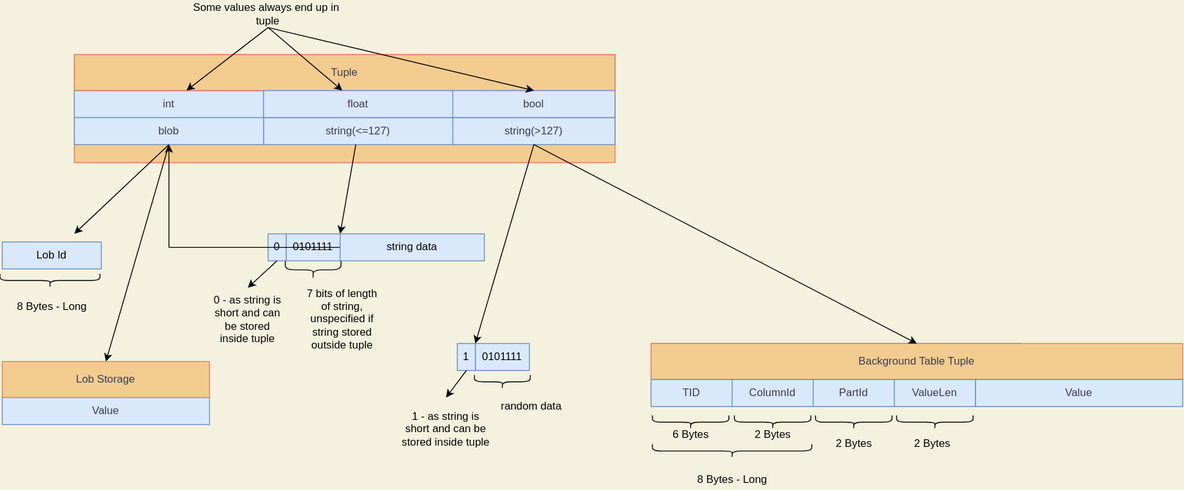
Earlier version of the draw.io export documentacion/storage_types.svg (Harry29-exe/HomegrownDB). Source tidied: cells renumbered, new cells last; positions are measured from the earlier drawing's top-left corner, leaving out a move shared by most shapes.
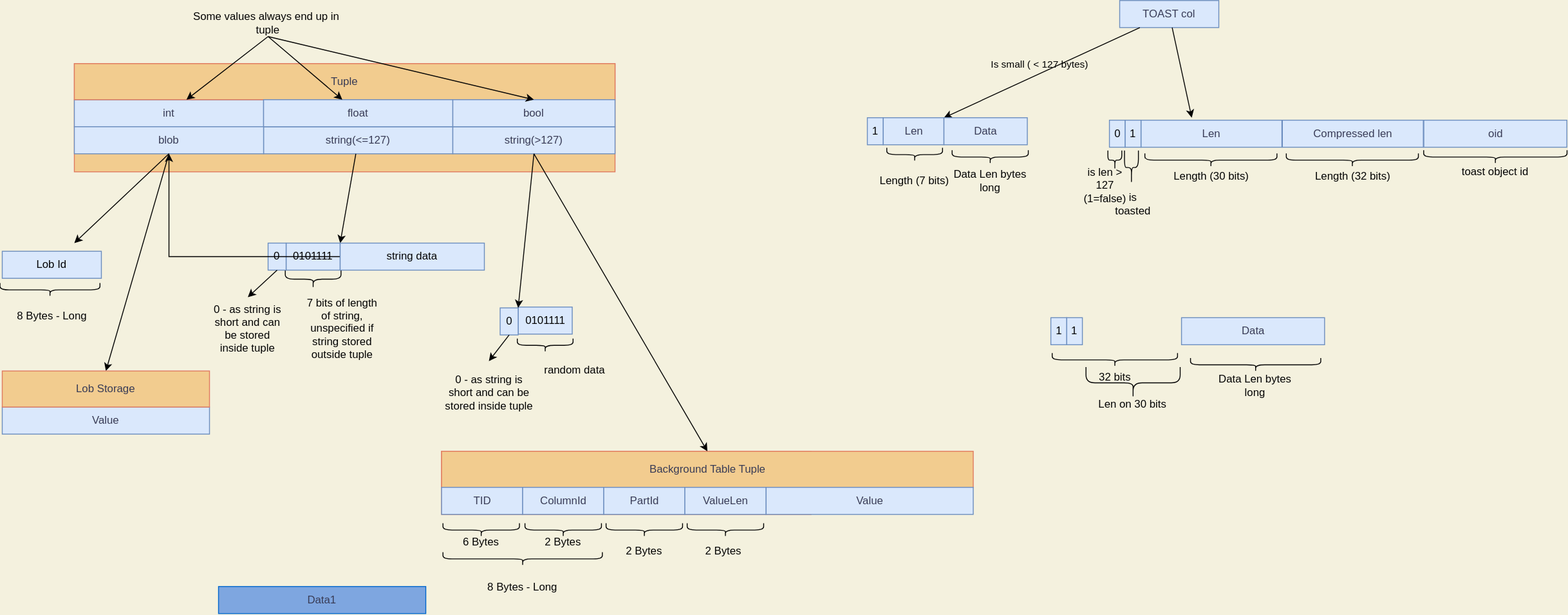
After the commit.

Commit message:
added inner order, new qrow.Row, developing toast

The edit, as a diff of the source:
```diff
@@ -51,22 +51,22 @@
       <mxGeometry x="375" y="259.1" width="160" height="30" as="geometry" />
     </mxCell>
     <mxCell id="18" value="0101111" style="rounded=0;whiteSpace=wrap;html=1;fontColor=#030303;strokeColor=#6C8EBF;fillColor=#DAE8FC;" parent="1" vertex="1">
-      <mxGeometry x="525" y="380.9" width="60" height="30" as="geometry" />
+      <mxGeometry x="572.5" y="330" width="60" height="30" as="geometry" />
     </mxCell>
     <mxCell id="19" style="shape=curlyBracket;whiteSpace=wrap;html=1;rounded=1;flipH=1;fontColor=#030303;strokeColor=#030303;fillColor=#DAE8FC;rotation=90;" parent="1" vertex="1">
-      <mxGeometry x="547.5" y="392.5" width="15" height="61.9" as="geometry" />
+      <mxGeometry x="595" y="341.6" width="15" height="61.9" as="geometry" />
     </mxCell>
-    <mxCell id="20" value="1" style="rounded=0;whiteSpace=wrap;html=1;fontColor=#030303;strokeColor=#6C8EBF;fillColor=#DAE8FC;" parent="1" vertex="1">
-      <mxGeometry x="505" y="380.9" width="20" height="30" as="geometry" />
+    <mxCell id="20" value="0" style="rounded=0;whiteSpace=wrap;html=1;fontColor=#030303;strokeColor=#6C8EBF;fillColor=#DAE8FC;" parent="1" vertex="1">
+      <mxGeometry x="552.5" y="330.9" width="20" height="30" as="geometry" />
     </mxCell>
     <mxCell id="21" style="endArrow=classic;html=1;rounded=0;fontColor=#030303;strokeColor=#030303;exitX=0.5;exitY=1;exitDx=0;exitDy=0;entryX=0.5;entryY=0;entryDx=0;entryDy=0;" parent="1" edge="1" source="20" target="22">
       <mxGeometry relative="1" as="geometry" />
     </mxCell>
-    <mxCell id="22" value="1 - as string is short and can be stored inside tuple" style="text;html=1;strokeColor=none;fillColor=none;align=center;verticalAlign=middle;whiteSpace=wrap;rounded=0;fontColor=#030303;" parent="1" vertex="1">
-      <mxGeometry x="440" y="440.9" width="105" height="70" as="geometry" />
+    <mxCell id="22" value="0 - as string is short and can be stored inside tuple" style="text;html=1;strokeColor=none;fillColor=none;align=center;verticalAlign=middle;whiteSpace=wrap;rounded=0;fontColor=#030303;" parent="1" vertex="1">
+      <mxGeometry x="487.5" y="390" width="105" height="70" as="geometry" />
     </mxCell>
     <mxCell id="23" value="random data" style="text;html=1;strokeColor=none;fillColor=none;align=center;verticalAlign=middle;whiteSpace=wrap;rounded=0;fontColor=#030303;" parent="1" vertex="1">
-      <mxGeometry x="545" y="440.9" width="85" height="20.9" as="geometry" />
+      <mxGeometry x="592.5" y="390" width="85" height="20.9" as="geometry" />
     </mxCell>
     <mxCell id="24" style="endArrow=classic;html=1;rounded=0;fontColor=#030303;strokeColor=#030303;entryX=1;entryY=0;entryDx=0;entryDy=0;exitX=0.5;exitY=1;exitDx=0;exitDy=0;" parent="1" edge="1" source="6" target="20">
       <mxGeometry relative="1" as="geometry" />
@@ -78,19 +78,19 @@
       <mxGeometry relative="1" as="geometry" />
     </mxCell>
     <mxCell id="27" style="rounded=0;whiteSpace=wrap;html=1;sketch=0;fontColor=#393C56;strokeColor=#E07A5F;fillColor=#F2CC8F;" parent="1" vertex="1">
-      <mxGeometry x="720" y="380.9" width="410" height="70" as="geometry" />
+      <mxGeometry x="487.5" y="490" width="410" height="70" as="geometry" />
     </mxCell>
     <mxCell id="28" value="Background Table Tuple" style="rounded=0;whiteSpace=wrap;html=1;sketch=0;fontColor=#393C56;strokeColor=#E07A5F;fillColor=#F2CC8F;" parent="1" vertex="1">
-      <mxGeometry x="720" y="380.9" width="590" height="40" as="geometry" />
+      <mxGeometry x="487.5" y="490" width="590" height="40" as="geometry" />
     </mxCell>
     <mxCell id="29" value="TID" style="rounded=0;whiteSpace=wrap;html=1;fontColor=#393C56;strokeColor=#6C8EBF;fillColor=#DAE8FC;sketch=0;" parent="1" vertex="1">
-      <mxGeometry x="720" y="420.9" width="90" height="30" as="geometry" />
+      <mxGeometry x="487.5" y="530" width="90" height="30" as="geometry" />
     </mxCell>
     <mxCell id="30" value="ColumnId" style="rounded=0;whiteSpace=wrap;html=1;fontColor=#393C56;strokeColor=#6C8EBF;fillColor=#DAE8FC;sketch=0;" parent="1" vertex="1">
-      <mxGeometry x="810" y="420.9" width="90" height="30" as="geometry" />
+      <mxGeometry x="577.5" y="530" width="90" height="30" as="geometry" />
     </mxCell>
     <mxCell id="31" value="Value" style="rounded=0;whiteSpace=wrap;html=1;fontColor=#393C56;strokeColor=#6C8EBF;fillColor=#DAE8FC;sketch=0;" parent="1" vertex="1">
-      <mxGeometry x="1080" y="420.9" width="230" height="30" as="geometry" />
+      <mxGeometry x="847.5" y="530" width="230" height="30" as="geometry" />
     </mxCell>
     <mxCell id="32" style="endArrow=classic;html=1;rounded=0;fontColor=#030303;strokeColor=#030303;entryX=0.5;entryY=0;entryDx=0;entryDy=0;exitX=0.5;exitY=1;exitDx=0;exitDy=0;" parent="1" edge="1" source="6" target="28">
       <mxGeometry relative="1" as="geometry" />
@@ -110,22 +110,22 @@
       </mxGeometry>
     </mxCell>
     <mxCell id="37" style="shape=curlyBracket;whiteSpace=wrap;html=1;rounded=1;flipH=1;fontColor=#030303;strokeColor=#030303;fillColor=#DAE8FC;rotation=90;" parent="1" vertex="1">
-      <mxGeometry x="802.5" y="411.9" width="15" height="176.9" as="geometry" />
+      <mxGeometry x="570" y="520.9" width="15" height="176.9" as="geometry" />
     </mxCell>
     <mxCell id="38" style="shape=curlyBracket;whiteSpace=wrap;html=1;rounded=1;flipH=1;fontColor=#030303;strokeColor=#030303;fillColor=#DAE8FC;rotation=90;" parent="1" vertex="1">
-      <mxGeometry x="756.5" y="425.9" width="15" height="84.9" as="geometry" />
+      <mxGeometry x="524" y="534.9" width="15" height="84.9" as="geometry" />
     </mxCell>
     <mxCell id="39" style="shape=curlyBracket;whiteSpace=wrap;html=1;rounded=1;flipH=1;fontColor=#030303;strokeColor=#030303;fillColor=#DAE8FC;rotation=90;" parent="1" vertex="1">
-      <mxGeometry x="847.5" y="425.9" width="15" height="84.9" as="geometry" />
+      <mxGeometry x="615" y="534.9" width="15" height="84.9" as="geometry" />
     </mxCell>
     <mxCell id="40" value="6 Bytes" style="text;html=1;strokeColor=none;fillColor=none;align=center;verticalAlign=middle;whiteSpace=wrap;rounded=0;fontColor=#030303;" parent="1" vertex="1">
-      <mxGeometry x="721.5" y="471.9" width="85" height="20.9" as="geometry" />
+      <mxGeometry x="489" y="580.9" width="85" height="20.9" as="geometry" />
     </mxCell>
     <mxCell id="41" value="2 Bytes" style="text;html=1;strokeColor=none;fillColor=none;align=center;verticalAlign=middle;whiteSpace=wrap;rounded=0;fontColor=#030303;" parent="1" vertex="1">
-      <mxGeometry x="812.5" y="471.9" width="85" height="20.9" as="geometry" />
+      <mxGeometry x="580" y="580.9" width="85" height="20.9" as="geometry" />
     </mxCell>
     <mxCell id="42" value="8 Bytes - Long" style="text;html=1;strokeColor=none;fillColor=none;align=center;verticalAlign=middle;whiteSpace=wrap;rounded=0;fontColor=#030303;" parent="1" vertex="1">
-      <mxGeometry x="767.5" y="521.9" width="85" height="20.9" as="geometry" />
+      <mxGeometry x="535" y="630.9" width="85" height="20.9" as="geometry" />
     </mxCell>
     <mxCell id="43" value="Lob Id" style="rounded=0;whiteSpace=wrap;html=1;fontColor=#030303;strokeColor=#6C8EBF;fillColor=#DAE8FC;" parent="1" vertex="1">
       <mxGeometry y="268.1" width="110" height="30" as="geometry" />
@@ -146,22 +146,134 @@
       <mxGeometry y="400.9" width="230" height="40" as="geometry" />
     </mxCell>
     <mxCell id="49" value="PartId" style="rounded=0;whiteSpace=wrap;html=1;fontColor=#393C56;strokeColor=#6C8EBF;fillColor=#DAE8FC;sketch=0;" parent="1" vertex="1">
-      <mxGeometry x="900" y="420.9" width="90" height="30" as="geometry" />
+      <mxGeometry x="667.5" y="530" width="90" height="30" as="geometry" />
     </mxCell>
     <mxCell id="50" style="shape=curlyBracket;whiteSpace=wrap;html=1;rounded=1;flipH=1;fontColor=#030303;strokeColor=#030303;fillColor=#DAE8FC;rotation=90;" parent="1" vertex="1">
-      <mxGeometry x="937.5" y="425.9" width="15" height="84.9" as="geometry" />
+      <mxGeometry x="705" y="534.9" width="15" height="84.9" as="geometry" />
     </mxCell>
     <mxCell id="51" value="2 Bytes" style="text;html=1;strokeColor=none;fillColor=none;align=center;verticalAlign=middle;whiteSpace=wrap;rounded=0;fontColor=#030303;" parent="1" vertex="1">
-      <mxGeometry x="902.5" y="481.9" width="85" height="20.9" as="geometry" />
+      <mxGeometry x="670" y="590.9" width="85" height="20.9" as="geometry" />
     </mxCell>
     <mxCell id="52" value="ValueLen" style="rounded=0;whiteSpace=wrap;html=1;fontColor=#393C56;strokeColor=#6C8EBF;fillColor=#DAE8FC;sketch=0;" parent="1" vertex="1">
-      <mxGeometry x="990" y="420.9" width="90" height="30" as="geometry" />
+      <mxGeometry x="757.5" y="530" width="90" height="30" as="geometry" />
     </mxCell>
     <mxCell id="53" value="2 Bytes" style="text;html=1;strokeColor=none;fillColor=none;align=center;verticalAlign=middle;whiteSpace=wrap;rounded=0;fontColor=#030303;" parent="1" vertex="1">
-      <mxGeometry x="990" y="481.9" width="85" height="20.9" as="geometry" />
+      <mxGeometry x="757.5" y="590.9" width="85" height="20.9" as="geometry" />
     </mxCell>
     <mxCell id="54" style="shape=curlyBracket;whiteSpace=wrap;html=1;rounded=1;flipH=1;fontColor=#030303;strokeColor=#030303;fillColor=#DAE8FC;rotation=90;" parent="1" vertex="1">
-      <mxGeometry x="1027.5" y="425.9" width="15" height="84.9" as="geometry" />
+      <mxGeometry x="795" y="534.9" width="15" height="84.9" as="geometry" />
     </mxCell>
+    <mxCell id="55" value="TOAST col" style="rounded=0;whiteSpace=wrap;html=1;fontColor=#393C56;strokeColor=#6C8EBF;fillColor=#DAE8FC;sketch=0;" parent="1" vertex="1">
+      <mxGeometry x="1240" y="-10" width="110" height="30" as="geometry" />
+    </mxCell>
+    <mxCell id="56" style="endArrow=classic;html=1;rounded=0;fontColor=#030303;strokeColor=#030303;entryX=0;entryY=0;entryDx=0;entryDy=0;" parent="1" edge="1" source="55" target="67">
+      <mxGeometry relative="1" as="geometry" />
+    </mxCell>
+    <mxCell id="57" value="Is small ( &amp;lt; 127 bytes)" style="edgeLabel;html=1;align=center;verticalAlign=middle;labelBackgroundColor=none;fontColor=#030303;" parent="56" vertex="1">
+      <mxGeometry x="-0.1" y="-3" relative="1" as="geometry">
+        <mxPoint x="-13" y="-2" as="offset" />
+      </mxGeometry>
+    </mxCell>
+    <mxCell id="58" value="Data1" style="rounded=0;whiteSpace=wrap;html=1;sketch=0;fontColor=#393C56;strokeColor=#0066CC;fillColor=#7EA6E0;" parent="1" vertex="1">
+      <mxGeometry x="240" y="640" width="230" height="30" as="geometry" />
+    </mxCell>
+    <mxCell id="59" value="Len" style="rounded=0;whiteSpace=wrap;html=1;fontColor=#393C56;strokeColor=#6C8EBF;fillColor=#DAE8FC;sketch=0;" parent="1" vertex="1">
+      <mxGeometry x="977.5" y="120" width="67.5" height="30" as="geometry" />
+    </mxCell>
+    <mxCell id="60" style="shape=curlyBracket;whiteSpace=wrap;html=1;rounded=1;flipH=1;fontColor=#030303;strokeColor=#030303;fillColor=#DAE8FC;rotation=90;" parent="1" vertex="1">
+      <mxGeometry x="1005" y="130" width="15" height="61.9" as="geometry" />
+    </mxCell>
+    <mxCell id="61" value="Length (7 bits)" style="text;html=1;strokeColor=none;fillColor=none;align=center;verticalAlign=middle;whiteSpace=wrap;rounded=0;fontColor=#030303;" parent="1" vertex="1">
+      <mxGeometry x="970" y="180" width="85" height="20.9" as="geometry" />
+    </mxCell>
+    <mxCell id="62" style="endArrow=classic;html=1;rounded=0;fontColor=#030303;strokeColor=#030303;" parent="1" edge="1" source="55">
+      <mxGeometry relative="1" as="geometry">
+        <mxPoint x="1320" y="120" as="targetPoint" />
+      </mxGeometry>
+    </mxCell>
+    <mxCell id="63" value="0" style="rounded=0;whiteSpace=wrap;html=1;fontColor=#030303;strokeColor=#6C8EBF;fillColor=#DAE8FC;" parent="1" vertex="1">
+      <mxGeometry x="1228.6" y="122.7" width="17.5" height="30" as="geometry" />
+    </mxCell>
+    <mxCell id="64" value="Len" style="rounded=0;whiteSpace=wrap;html=1;fontColor=#393C56;strokeColor=#6C8EBF;fillColor=#DAE8FC;sketch=0;" parent="1" vertex="1">
+      <mxGeometry x="1263.6" y="122.7" width="156.4" height="30" as="geometry" />
+    </mxCell>
+    <mxCell id="65" value="1" style="rounded=0;whiteSpace=wrap;html=1;fontColor=#030303;strokeColor=#6C8EBF;fillColor=#DAE8FC;" parent="1" vertex="1">
+      <mxGeometry x="1181.1" y="341.8" width="17.5" height="30" as="geometry" />
+    </mxCell>
+    <mxCell id="66" value="1" style="rounded=0;whiteSpace=wrap;html=1;fontColor=#030303;strokeColor=#6C8EBF;fillColor=#DAE8FC;" parent="1" vertex="1">
+      <mxGeometry x="1163.6" y="341.8" width="17.5" height="30" as="geometry" />
+    </mxCell>
+    <mxCell id="67" value="Data" style="rounded=0;whiteSpace=wrap;html=1;fontColor=#393C56;strokeColor=#6C8EBF;fillColor=#DAE8FC;sketch=0;" parent="1" vertex="1">
+      <mxGeometry x="1045" y="120" width="92.5" height="30" as="geometry" />
+    </mxCell>
+    <mxCell id="68" style="shape=curlyBracket;whiteSpace=wrap;html=1;rounded=1;flipH=1;fontColor=#030303;strokeColor=#030303;fillColor=#DAE8FC;rotation=90;" parent="1" vertex="1">
+      <mxGeometry x="1088.8" y="121.3" width="15" height="84.5" as="geometry" />
+    </mxCell>
+    <mxCell id="69" value="Data Len bytes long" style="text;html=1;strokeColor=none;fillColor=none;align=center;verticalAlign=middle;whiteSpace=wrap;rounded=0;fontColor=#030303;" parent="1" vertex="1">
+      <mxGeometry x="1053.8" y="180" width="85" height="20.9" as="geometry" />
+    </mxCell>
+    <mxCell id="70" style="shape=curlyBracket;whiteSpace=wrap;html=1;rounded=1;flipH=1;fontColor=#030303;strokeColor=#030303;fillColor=#DAE8FC;rotation=90;" parent="1" vertex="1">
+      <mxGeometry x="1237.4" y="361.8" width="35" height="104.5" as="geometry" />
+    </mxCell>
+    <mxCell id="71" value="Len on 30 bits" style="text;html=1;strokeColor=none;fillColor=none;align=center;verticalAlign=middle;whiteSpace=wrap;rounded=0;fontColor=#030303;" parent="1" vertex="1">
+      <mxGeometry x="1212.4" y="427.7" width="85" height="20.9" as="geometry" />
+    </mxCell>
+    <mxCell id="72" style="shape=curlyBracket;whiteSpace=wrap;html=1;rounded=1;flipH=1;fontColor=#030303;strokeColor=#030303;fillColor=#DAE8FC;rotation=90;" parent="1" vertex="1">
+      <mxGeometry x="1227.2" y="319.1" width="15" height="139.1" as="geometry" />
+    </mxCell>
+    <mxCell id="73" value="32 bits" style="text;html=1;strokeColor=none;fillColor=none;align=center;verticalAlign=middle;whiteSpace=wrap;rounded=0;fontColor=#030303;" parent="1" vertex="1">
+      <mxGeometry x="1207.8" y="401.8" width="53.8" height="11.9" as="geometry" />
+    </mxCell>
+    <mxCell id="74" value="Data" style="rounded=0;whiteSpace=wrap;html=1;fontColor=#393C56;strokeColor=#6C8EBF;fillColor=#DAE8FC;sketch=0;" parent="1" vertex="1">
+      <mxGeometry x="1308.6" y="341.8" width="158.8" height="30" as="geometry" />
+    </mxCell>
+    <mxCell id="75" value="Data Len bytes long" style="text;html=1;strokeColor=none;fillColor=none;align=center;verticalAlign=middle;whiteSpace=wrap;rounded=0;fontColor=#030303;" parent="1" vertex="1">
+      <mxGeometry x="1348.4" y="406.7" width="85" height="20.9" as="geometry" />
+    </mxCell>
+    <mxCell id="76" style="shape=curlyBracket;whiteSpace=wrap;html=1;rounded=1;flipH=1;fontColor=#030303;strokeColor=#030303;fillColor=#DAE8FC;rotation=90;" parent="1" vertex="1">
+      <mxGeometry x="1383.4" y="321.8" width="15" height="144.5" as="geometry" />
+    </mxCell>
+    <mxCell id="77" value="oid" style="rounded=0;whiteSpace=wrap;html=1;fontColor=#393C56;strokeColor=#6C8EBF;fillColor=#DAE8FC;sketch=0;" parent="1" vertex="1">
+      <mxGeometry x="1577.5" y="122.7" width="158.8" height="30" as="geometry" />
+    </mxCell>
+    <mxCell id="78" value="toast object id" style="text;html=1;strokeColor=none;fillColor=none;align=center;verticalAlign=middle;whiteSpace=wrap;rounded=0;fontColor=#030303;" parent="1" vertex="1">
+      <mxGeometry x="1578.1" y="172.7" width="157.5" height="14.1" as="geometry" />
+    </mxCell>
+    <mxCell id="79" style="shape=curlyBracket;whiteSpace=wrap;html=1;rounded=1;flipH=1;fontColor=#030303;strokeColor=#030303;fillColor=#DAE8FC;rotation=90;" parent="1" vertex="1">
+      <mxGeometry x="1649.4" y="84.1" width="15" height="159.1" as="geometry" />
+    </mxCell>
+    <mxCell id="80" value="1" style="rounded=0;whiteSpace=wrap;html=1;fontColor=#030303;strokeColor=#6C8EBF;fillColor=#DAE8FC;" parent="1" vertex="1">
+      <mxGeometry x="1246.1" y="122.7" width="17.5" height="30" as="geometry" />
+    </mxCell>
+    <mxCell id="81" style="shape=curlyBracket;whiteSpace=wrap;html=1;rounded=1;flipH=1;fontColor=#030303;strokeColor=#030303;fillColor=#DAE8FC;rotation=90;size=0.5;" parent="1" vertex="1">
+      <mxGeometry x="1224.1" y="159.3" width="21.1" height="15.5" as="geometry" />
+    </mxCell>
+    <mxCell id="82" style="shape=curlyBracket;whiteSpace=wrap;html=1;rounded=1;flipH=1;fontColor=#030303;strokeColor=#030303;fillColor=#DAE8FC;rotation=90;" parent="1" vertex="1">
+      <mxGeometry x="1234.3" y="167.5" width="37.5" height="15.5" as="geometry" />
+    </mxCell>
+    <mxCell id="83" value="is len &amp;gt; 127 (1=false)" style="text;html=1;strokeColor=none;fillColor=none;align=center;verticalAlign=middle;whiteSpace=wrap;rounded=0;fontColor=#030303;" parent="1" vertex="1">
+      <mxGeometry x="1203" y="184.9" width="42.2" height="20.9" as="geometry" />
+    </mxCell>
+    <mxCell id="84" value="is toasted" style="text;html=1;strokeColor=none;fillColor=none;align=center;verticalAlign=middle;whiteSpace=wrap;rounded=0;fontColor=#030303;" parent="1" vertex="1">
+      <mxGeometry x="1233.8" y="205.9" width="42.2" height="20.9" as="geometry" />
+    </mxCell>
+    <mxCell id="85" style="shape=curlyBracket;whiteSpace=wrap;html=1;rounded=1;flipH=1;fontColor=#030303;strokeColor=#030303;fillColor=#DAE8FC;rotation=90;" parent="1" vertex="1">
+      <mxGeometry x="1333.8" y="93.8" width="15" height="146.6" as="geometry" />
+    </mxCell>
+    <mxCell id="86" value="Length (30 bits)" style="text;html=1;strokeColor=none;fillColor=none;align=center;verticalAlign=middle;whiteSpace=wrap;rounded=0;fontColor=#030303;" parent="1" vertex="1">
+      <mxGeometry x="1263.1" y="177.7" width="157.5" height="14.1" as="geometry" />
+    </mxCell>
+    <mxCell id="87" value="Compressed len" style="rounded=0;whiteSpace=wrap;html=1;fontColor=#393C56;strokeColor=#6C8EBF;fillColor=#DAE8FC;sketch=0;" parent="1" vertex="1">
+      <mxGeometry x="1420.6" y="122.7" width="156.4" height="30" as="geometry" />
+    </mxCell>
+    <mxCell id="88" style="shape=curlyBracket;whiteSpace=wrap;html=1;rounded=1;flipH=1;fontColor=#030303;strokeColor=#030303;fillColor=#DAE8FC;rotation=90;" parent="1" vertex="1">
+      <mxGeometry x="1490.7" y="93.8" width="15" height="146.6" as="geometry" />
+    </mxCell>
+    <mxCell id="89" value="Length (32 bits)" style="text;html=1;strokeColor=none;fillColor=none;align=center;verticalAlign=middle;whiteSpace=wrap;rounded=0;fontColor=#030303;" parent="1" vertex="1">
+      <mxGeometry x="1420" y="177.7" width="157.5" height="14.1" as="geometry" />
+    </mxCell>
+    <mxCell id="90" value="1" style="rounded=0;whiteSpace=wrap;html=1;fontColor=#030303;strokeColor=#6C8EBF;fillColor=#DAE8FC;" parent="1" vertex="1">
+      <mxGeometry x="960" y="120" width="17.5" height="30" as="geometry" />
+    </mxCell>
   </root>
 </mxGraphModel>
```
